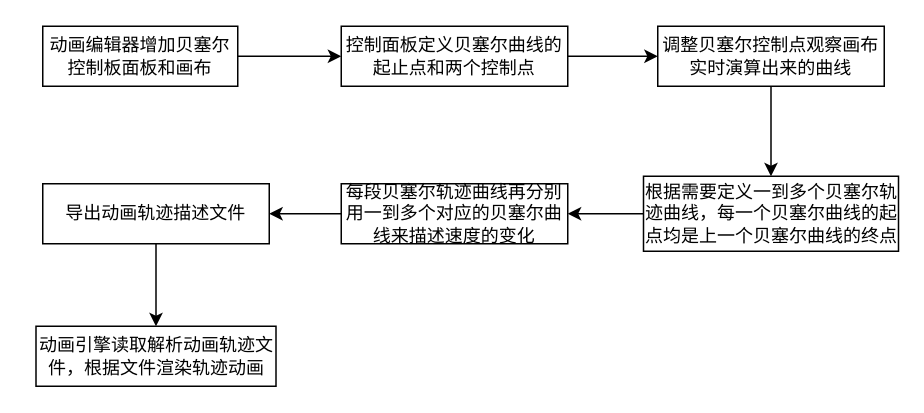
The draw.io diagram 未命名绘图.drawio in greenabyss/image, before the edit. Source tidied: cells renumbered, new cells numbered last; positions are measured from the earlier drawing's top-left corner, leaving out a move shared by most shapes. Both pictures are drawn from the tidied source at 150%, with x=0, y=0 at pixel (36, 26).
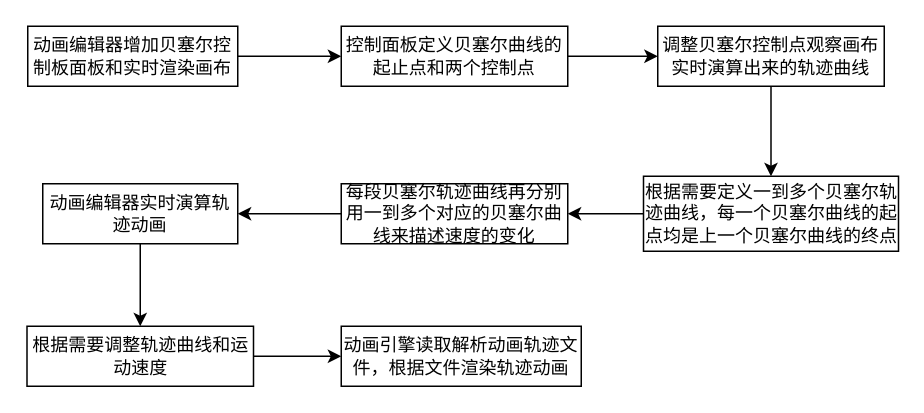
Above is the later version.

Commit message:
更新未命名绘图.drawio

What changed in the source:
```diff
@@
 <mxGraphModel>
   <root>
     <mxCell id="0" />
     <mxCell id="1" parent="0" />
     <mxCell id="2" style="edgeStyle=orthogonalEdgeStyle;rounded=0;jettySize=auto;html=1;exitX=1;exitY=0.5;exitDx=0;exitDy=0;" parent="1" edge="1" source="3" target="5">
       <mxGeometry relative="1" as="geometry" />
     </mxCell>
-    <mxCell id="3" value="动画编辑器增加贝塞尔控制板面板和画布" style="rounded=0;whiteSpace=wrap;html=1;" parent="1" vertex="1">
-      <mxGeometry x="4" width="130" height="40" as="geometry" />
+    <mxCell id="3" value="动画编辑器增加贝塞尔控制板面板和实时渲染画布" style="rounded=0;whiteSpace=wrap;html=1;" parent="1" vertex="1">
+      <mxGeometry x="-6" width="140" height="40" as="geometry" />
     </mxCell>
     <mxCell id="4" style="edgeStyle=orthogonalEdgeStyle;rounded=0;jettySize=auto;html=1;exitX=1;exitY=0.5;exitDx=0;exitDy=0;entryX=0;entryY=0.5;entryDx=0;entryDy=0;" parent="1" edge="1" source="5" target="7">
       <mxGeometry relative="1" as="geometry" />
     </mxCell>
     <mxCell id="5" value="控制面板定义贝塞尔曲线的起止点和两个控制点" style="rounded=0;whiteSpace=wrap;html=1;" parent="1" vertex="1">
       <mxGeometry x="203" width="151" height="40" as="geometry" />
     </mxCell>
     <mxCell id="6" style="edgeStyle=orthogonalEdgeStyle;rounded=0;jettySize=auto;html=1;exitX=0.5;exitY=1;exitDx=0;exitDy=0;entryX=0.5;entryY=0;entryDx=0;entryDy=0;" parent="1" edge="1" source="7" target="9">
       <mxGeometry relative="1" as="geometry" />
     </mxCell>
-    <mxCell id="7" value="调整贝塞尔控制点观察画布实时演算出来的曲线" style="rounded=0;whiteSpace=wrap;html=1;" parent="1" vertex="1">
+    <mxCell id="7" value="调整贝塞尔控制点观察画布实时演算出来的轨迹曲线" style="rounded=0;whiteSpace=wrap;html=1;" parent="1" vertex="1">
       <mxGeometry x="414" width="151" height="40" as="geometry" />
     </mxCell>
     <mxCell id="8" style="edgeStyle=orthogonalEdgeStyle;rounded=0;jettySize=auto;html=1;exitX=0;exitY=0.5;exitDx=0;exitDy=0;entryX=1;entryY=0.5;entryDx=0;entryDy=0;" parent="1" edge="1" source="9" target="11">
       <mxGeometry relative="1" as="geometry" />
     </mxCell>
     <mxCell id="9" value="根据需要定义一到多个贝塞尔轨迹曲线，每一个贝塞尔曲线的起点均是上一个贝塞尔曲线的终点" style="rounded=0;whiteSpace=wrap;html=1;" parent="1" vertex="1">
       <mxGeometry x="404.5" y="100" width="170" height="50" as="geometry" />
     </mxCell>
-    <mxCell id="10" style="edgeStyle=orthogonalEdgeStyle;rounded=0;jettySize=auto;html=1;exitX=0;exitY=0.5;exitDx=0;exitDy=0;entryX=1;entryY=0.5;entryDx=0;entryDy=0;" parent="1" edge="1" source="11" target="13">
-      <mxGeometry relative="1" as="geometry" />
-    </mxCell>
+    <mxCell id="15" style="edgeStyle=orthogonalEdgeStyle;rounded=0;jettySize=auto;html=1;exitX=0;exitY=0.5;exitDx=0;exitDy=0;entryX=1;entryY=0.5;entryDx=0;entryDy=0;" parent="1" edge="1" source="11" target="17">
+      <mxGeometry relative="1" as="geometry" />
+    </mxCell>
     <mxCell id="11" value="每段贝塞尔轨迹曲线再分别用一到多个对应的贝塞尔曲线来描述速度的变化" style="rounded=0;whiteSpace=wrap;html=1;" parent="1" vertex="1">
       <mxGeometry x="203" y="105" width="151" height="40" as="geometry" />
     </mxCell>
-    <mxCell id="12" style="edgeStyle=orthogonalEdgeStyle;rounded=0;jettySize=auto;html=1;exitX=0.5;exitY=1;exitDx=0;exitDy=0;entryX=0.5;entryY=0;entryDx=0;entryDy=0;" parent="1" edge="1" source="13" target="14">
+    <mxCell id="12" style="edgeStyle=orthogonalEdgeStyle;rounded=0;jettySize=auto;html=1;exitX=1;exitY=0.5;exitDx=0;exitDy=0;entryX=0;entryY=0.5;entryDx=0;entryDy=0;" parent="1" edge="1" source="13" target="14">
       <mxGeometry relative="1" as="geometry" />
     </mxCell>
-    <mxCell id="13" value="导出动画轨迹描述文件" style="rounded=0;whiteSpace=wrap;html=1;" parent="1" vertex="1">
-      <mxGeometry x="4" y="105" width="151" height="40" as="geometry" />
+    <mxCell id="13" value="根据需要调整轨迹曲线和运动速度" style="rounded=0;whiteSpace=wrap;html=1;" parent="1" vertex="1">
+      <mxGeometry x="-6.5" y="200" width="151" height="40" as="geometry" />
     </mxCell>
     <mxCell id="14" value="动画引擎读取解析动画轨迹文件，根据文件渲染轨迹动画" style="rounded=0;whiteSpace=wrap;html=1;" parent="1" vertex="1">
-      <mxGeometry x="-0.5" y="200" width="160" height="40" as="geometry" />
+      <mxGeometry x="203" y="200" width="160" height="40" as="geometry" />
     </mxCell>
+    <mxCell id="16" style="edgeStyle=orthogonalEdgeStyle;rounded=0;jettySize=auto;html=1;exitX=0.5;exitY=1;exitDx=0;exitDy=0;entryX=0.5;entryY=0;entryDx=0;entryDy=0;" parent="1" edge="1" source="17" target="13">
+      <mxGeometry relative="1" as="geometry" />
+    </mxCell>
+    <mxCell id="17" value="动画编辑器实时演算轨迹动画" style="rounded=0;whiteSpace=wrap;html=1;" parent="1" vertex="1">
+      <mxGeometry x="4" y="105" width="130" height="40" as="geometry" />
+    </mxCell>
   </root>
 </mxGraphModel>
```
